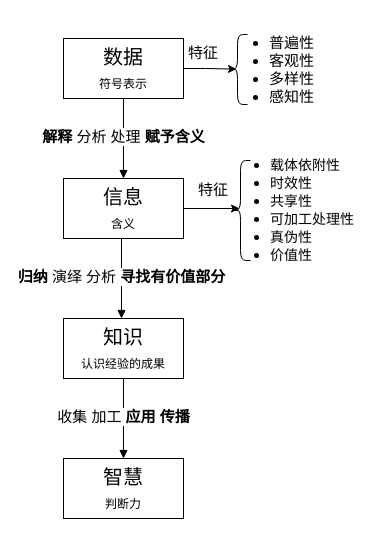
NibblesProject/itclass-mindmap keeps this draw.io diagram as 1.2/1.2.drawio. Above is the earlier version. Source tidied: cells renumbered, new cells numbered last; positions are measured from the earlier drawing's top-left corner, leaving out a move shared by most shapes. Both pictures are drawn from the tidied source at 100%, with x=0, y=0 at pixel (63, 16).
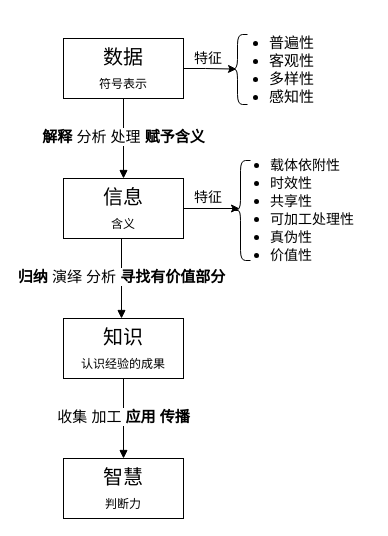
After the change.

Diff of the diagram source:
```diff
@@
 <mxGraphModel>
   <root>
     <mxCell id="0" />
     <mxCell id="1" parent="0" />
     <mxCell id="2" style="edgeStyle=orthogonalEdgeStyle;rounded=0;jettySize=auto;html=1;exitX=1;exitY=0.5;exitDx=0;exitDy=0;entryX=0.45;entryY=0.494;entryDx=0;entryDy=0;entryPerimeter=0;fontSize=17;strokeColor=default;" parent="1" edge="1" source="3" target="7">
       <mxGeometry relative="1" as="geometry" />
     </mxCell>
     <mxCell id="3" value="数据&lt;br&gt;&lt;font style=&quot;font-size: 12px;&quot;&gt;符号表示&lt;/font&gt;" style="rounded=0;whiteSpace=wrap;html=1;fontSize=20;" parent="1" vertex="1">
       <mxGeometry y="22" width="120" height="60" as="geometry" />
     </mxCell>
     <mxCell id="4" value="信息&lt;br&gt;&lt;font style=&quot;font-size: 12px;&quot;&gt;含义&lt;/font&gt;" style="rounded=0;whiteSpace=wrap;html=1;fontSize=20;" parent="1" vertex="1">
       <mxGeometry y="162" width="120" height="60" as="geometry" />
     </mxCell>
     <mxCell id="5" value="知识&lt;br&gt;&lt;font style=&quot;font-size: 12px;&quot;&gt;认识经验的成果&lt;/font&gt;" style="rounded=0;whiteSpace=wrap;html=1;fontSize=20;" parent="1" vertex="1">
       <mxGeometry y="302" width="120" height="60" as="geometry" />
     </mxCell>
     <mxCell id="6" value="智慧&lt;br&gt;&lt;font style=&quot;font-size: 12px;&quot;&gt;判断力&lt;/font&gt;" style="rounded=0;whiteSpace=wrap;html=1;fontSize=20;" parent="1" vertex="1">
       <mxGeometry y="442" width="120" height="60" as="geometry" />
     </mxCell>
     <mxCell id="7" style="shape=curlyBracket;whiteSpace=wrap;html=1;rounded=1;fontSize=17;" parent="1" vertex="1">
       <mxGeometry x="164" y="18" width="20" height="70" as="geometry" />
     </mxCell>
-    <mxCell id="8" value="&lt;font style=&quot;font-size: 15px;&quot;&gt;特征&lt;/font&gt;" style="text;html=1;strokeColor=none;fillColor=none;align=center;verticalAlign=middle;whiteSpace=wrap;rounded=0;fontSize=17;" parent="1" vertex="1">
-      <mxGeometry x="110" y="22" width="60" height="30" as="geometry" />
+    <mxCell id="8" value="&lt;font style=&quot;font-size: 14px;&quot;&gt;特征&lt;/font&gt;" style="text;html=1;strokeColor=none;fillColor=none;align=center;verticalAlign=middle;whiteSpace=wrap;rounded=0;fontSize=17;" parent="1" vertex="1">
+      <mxGeometry x="120" y="32" width="50" height="20" as="geometry" />
     </mxCell>
     <mxCell id="9" value="&lt;ul style=&quot;&quot;&gt;&lt;li&gt;普遍性&lt;br&gt;&lt;/li&gt;&lt;li&gt;客观性&lt;br&gt;&lt;/li&gt;&lt;li&gt;多样性&lt;br&gt;&lt;/li&gt;&lt;li&gt;感知性&lt;/li&gt;&lt;/ul&gt;" style="text;strokeColor=none;fillColor=none;html=1;whiteSpace=wrap;verticalAlign=middle;overflow=hidden;fontSize=15;strokeWidth=2;" parent="1" vertex="1">
       <mxGeometry x="164" y="0.5" width="100" height="87.5" as="geometry" />
     </mxCell>
     <mxCell id="10" value="&lt;font style=&quot;font-size: 15px;&quot;&gt;&lt;b&gt;解释&lt;/b&gt; 分析 处理 &lt;b&gt;赋予含义&lt;/b&gt;&lt;/font&gt;" style="html=1;verticalAlign=bottom;endArrow=block;rounded=0;strokeColor=default;fontSize=13;" parent="1" edge="1" source="3" target="4">
       <mxGeometry x="0.25" relative="1" as="geometry" />
     </mxCell>
     <mxCell id="11" value="&lt;b&gt;归纳&lt;/b&gt; 演绎 分析 &lt;b&gt;寻找有价值部分&lt;/b&gt;" style="html=1;verticalAlign=bottom;endArrow=block;rounded=0;strokeColor=default;fontSize=15;" parent="1" edge="1">
       <mxGeometry x="0.25" relative="1" as="geometry">
         <mxPoint x="58" y="222" as="sourcePoint" />
         <mxPoint x="58" y="302" as="targetPoint" />
       </mxGeometry>
     </mxCell>
     <mxCell id="12" value="收集 加工 &lt;b&gt;应用 传播&lt;/b&gt;" style="html=1;verticalAlign=bottom;endArrow=block;rounded=0;strokeColor=default;fontSize=15;" parent="1" edge="1" source="5" target="6">
       <mxGeometry x="0.25" relative="1" as="geometry" />
     </mxCell>
     <mxCell id="13" style="edgeStyle=orthogonalEdgeStyle;rounded=0;jettySize=auto;html=1;fontSize=17;strokeColor=default;entryX=0.45;entryY=0.48;entryDx=0;entryDy=0;entryPerimeter=0;" parent="1" edge="1" source="4" target="14">
       <mxGeometry relative="1" as="geometry" />
     </mxCell>
     <mxCell id="14" style="shape=curlyBracket;whiteSpace=wrap;html=1;rounded=1;fontSize=17;" parent="1" vertex="1">
       <mxGeometry x="167" y="144" width="20" height="100" as="geometry" />
     </mxCell>
-    <mxCell id="15" value="&lt;font style=&quot;font-size: 15px;&quot;&gt;特征&lt;/font&gt;" style="text;html=1;strokeColor=none;fillColor=none;align=center;verticalAlign=middle;whiteSpace=wrap;rounded=0;fontSize=17;" parent="1" vertex="1">
-      <mxGeometry x="120" y="162" width="60" height="23.5" as="geometry" />
+    <mxCell id="15" value="&lt;font style=&quot;font-size: 14px;&quot;&gt;特征&lt;/font&gt;" style="text;html=1;strokeColor=none;fillColor=none;align=center;verticalAlign=middle;whiteSpace=wrap;rounded=0;fontSize=17;" parent="1" vertex="1">
+      <mxGeometry x="120" y="172" width="50" height="18.5" as="geometry" />
     </mxCell>
     <mxCell id="16" value="&lt;ul&gt;&lt;li&gt;&lt;font style=&quot;font-size: 14px;&quot;&gt;&lt;span style=&quot;background-color: initial;&quot;&gt;载体依附性&lt;/span&gt;&lt;/font&gt;&lt;/li&gt;&lt;li&gt;&lt;font style=&quot;font-size: 14px;&quot;&gt;&lt;span style=&quot;background-color: initial;&quot;&gt;时效性&lt;/span&gt;&lt;/font&gt;&lt;/li&gt;&lt;li&gt;&lt;font style=&quot;font-size: 14px;&quot;&gt;&lt;span style=&quot;background-color: initial;&quot;&gt;共享性&lt;/span&gt;&lt;/font&gt;&lt;/li&gt;&lt;li&gt;&lt;font style=&quot;font-size: 14px;&quot;&gt;&lt;span style=&quot;background-color: initial;&quot;&gt;可加工处理性&lt;/span&gt;&lt;/font&gt;&lt;/li&gt;&lt;li&gt;&lt;font style=&quot;font-size: 14px;&quot;&gt;&lt;span style=&quot;background-color: initial;&quot;&gt;真伪性&lt;/span&gt;&lt;/font&gt;&lt;/li&gt;&lt;li&gt;&lt;font style=&quot;font-size: 14px;&quot;&gt;&lt;span style=&quot;background-color: initial;&quot;&gt;价值性&lt;/span&gt;&lt;/font&gt;&lt;/li&gt;&lt;/ul&gt;" style="text;strokeColor=none;fillColor=none;html=1;whiteSpace=wrap;verticalAlign=middle;overflow=hidden;fontSize=15;strokeWidth=2;" parent="1" vertex="1">
       <mxGeometry x="165" y="122.5" width="143" height="135" as="geometry" />
     </mxCell>
   </root>
 </mxGraphModel>
```
